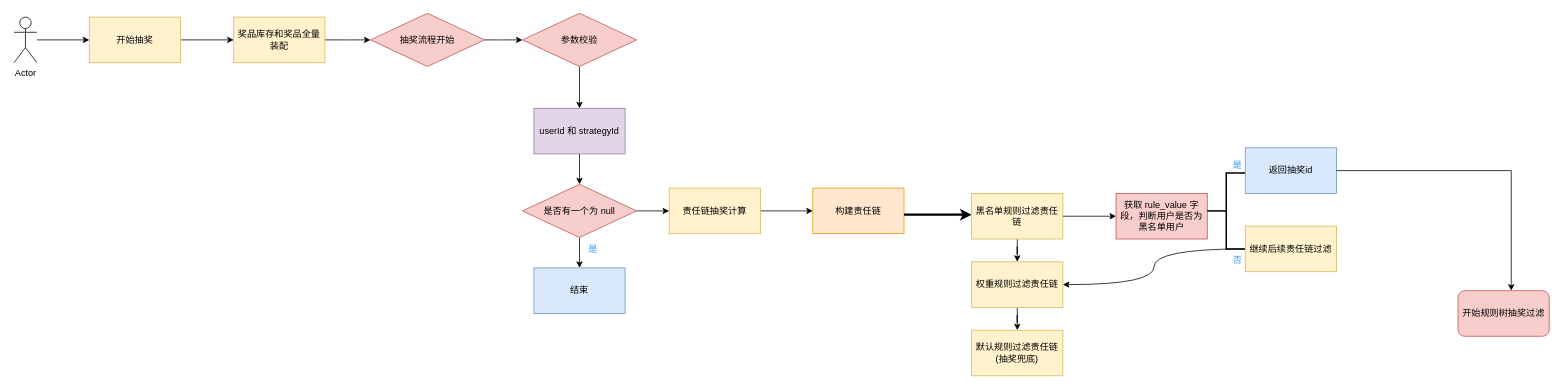
The draw.io diagram images/big-market一阶段流程图.drawio in LYT0905/big-market, before the edit. Source tidied: cells renumbered, new cells numbered last; positions are measured from the earlier drawing's top-left corner, leaving out a move shared by most shapes. Both pictures are drawn from the tidied source at 76%, with x=0, y=0 at pixel (14, 13).
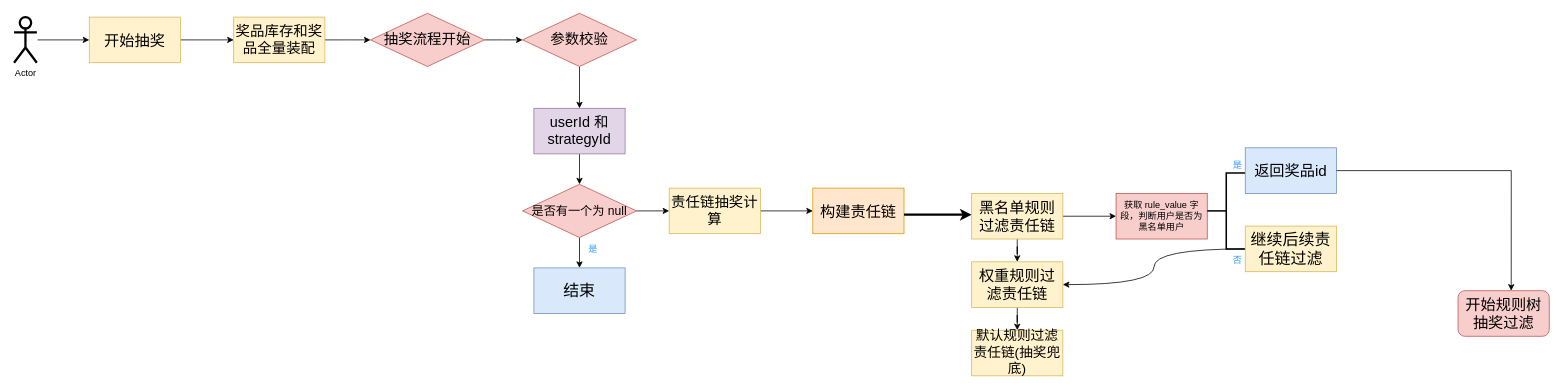
The same diagram, later.

Commit message (it also covers changes not shown here):
更新big-market一阶段流程图.drawio

What changed in the source:
```diff
@@
-    <mxCell id="3" value="开始抽奖" style="rounded=0;whiteSpace=wrap;html=1;fillColor=#fff2cc;strokeColor=#d6b656;" parent="1" vertex="1">
+    <mxCell id="3" value="&lt;font style=&quot;font-size: 20px;&quot;&gt;开始抽奖&lt;/font&gt;" style="rounded=0;whiteSpace=wrap;html=1;fillColor=#fff2cc;strokeColor=#d6b656;" parent="1" vertex="1">
       <mxGeometry x="99" y="5" width="120" height="60" as="geometry" />
     </mxCell>
@@
-    <mxCell id="5" value="奖品库存和奖品全量装配" style="rounded=0;whiteSpace=wrap;html=1;fillColor=#fff2cc;strokeColor=#d6b656;" parent="1" vertex="1">
+    <mxCell id="5" value="&lt;font style=&quot;font-size: 19px;&quot;&gt;奖品库存和奖品全量装配&lt;/font&gt;" style="rounded=0;whiteSpace=wrap;html=1;fillColor=#fff2cc;strokeColor=#d6b656;" parent="1" vertex="1">
       <mxGeometry x="289" y="5" width="120" height="60" as="geometry" />
     </mxCell>
@@
-    <mxCell id="7" value="抽奖流程开始" style="rhombus;whiteSpace=wrap;html=1;fillColor=#f8cecc;strokeColor=#b85450;" parent="1" vertex="1">
+    <mxCell id="7" value="&lt;font style=&quot;font-size: 19px;&quot;&gt;抽奖流程开始&lt;/font&gt;" style="rhombus;whiteSpace=wrap;html=1;fillColor=#f8cecc;strokeColor=#b85450;" parent="1" vertex="1">
       <mxGeometry x="469" width="150" height="70" as="geometry" />
     </mxCell>
@@
-    <mxCell id="9" value="userId 和 strategyId" style="rounded=0;whiteSpace=wrap;html=1;fillColor=#e1d5e7;strokeColor=#9673a6;" parent="1" vertex="1">
+    <mxCell id="9" value="&lt;font style=&quot;font-size: 19px;&quot;&gt;userId 和 strategyId&lt;/font&gt;" style="rounded=0;whiteSpace=wrap;html=1;fillColor=#e1d5e7;strokeColor=#9673a6;" parent="1" vertex="1">
       <mxGeometry x="684" y="125" width="120" height="60" as="geometry" />
     </mxCell>
@@
-    <mxCell id="11" value="参数校验" style="rhombus;whiteSpace=wrap;html=1;fillColor=#f8cecc;strokeColor=#b85450;" parent="1" vertex="1">
+    <mxCell id="11" value="&lt;font style=&quot;font-size: 19px;&quot;&gt;参数校验&lt;/font&gt;" style="rhombus;whiteSpace=wrap;html=1;fillColor=#f8cecc;strokeColor=#b85450;" parent="1" vertex="1">
       <mxGeometry x="669" width="150" height="70" as="geometry" />
     </mxCell>
@@
-    <mxCell id="14" value="是否有一个为 null" style="rhombus;whiteSpace=wrap;html=1;fillColor=#f8cecc;strokeColor=#b85450;" parent="1" vertex="1">
+    <mxCell id="14" value="&lt;font style=&quot;font-size: 16px;&quot;&gt;是否有一个为 null&lt;/font&gt;" style="rhombus;whiteSpace=wrap;html=1;fillColor=#f8cecc;strokeColor=#b85450;" parent="1" vertex="1">
       <mxGeometry x="669" y="225" width="150" height="70" as="geometry" />
     </mxCell>
-    <mxCell id="15" value="结束" style="rounded=0;whiteSpace=wrap;html=1;fillColor=#dae8fc;strokeColor=#6c8ebf;" parent="1" vertex="1">
+    <mxCell id="15" value="&lt;font style=&quot;font-size: 21px;&quot;&gt;结束&lt;/font&gt;" style="rounded=0;whiteSpace=wrap;html=1;fillColor=#dae8fc;strokeColor=#6c8ebf;" parent="1" vertex="1">
       <mxGeometry x="684" y="335" width="120" height="60" as="geometry" />
     </mxCell>
@@
-    <mxCell id="18" value="责任链抽奖计算" style="rounded=0;whiteSpace=wrap;html=1;fillColor=#fff2cc;strokeColor=#d6b656;" parent="1" vertex="1">
+    <mxCell id="18" value="&lt;font style=&quot;font-size: 19px;&quot;&gt;责任链抽奖计算&lt;/font&gt;" style="rounded=0;whiteSpace=wrap;html=1;fillColor=#fff2cc;strokeColor=#d6b656;" parent="1" vertex="1">
       <mxGeometry x="862" y="230" width="120" height="60" as="geometry" />
     </mxCell>
@@
-    <mxCell id="20" value="Actor" style="shape=umlActor;verticalLabelPosition=bottom;verticalAlign=top;html=1;" parent="1" vertex="1">
+    <mxCell id="20" value="Actor" style="shape=umlActor;verticalLabelPosition=bottom;verticalAlign=top;html=1;strokeWidth=3;perimeterSpacing=1;" parent="1" vertex="1">
       <mxGeometry y="5" width="30" height="60" as="geometry" />
     </mxCell>
-    <mxCell id="21" value="构建责任链" style="rounded=0;whiteSpace=wrap;html=1;fillColor=#ffe6cc;strokeColor=#d79b00;" parent="1" vertex="1">
+    <mxCell id="21" value="&lt;font style=&quot;font-size: 20px;&quot;&gt;构建责任链&lt;/font&gt;" style="rounded=0;whiteSpace=wrap;html=1;fillColor=#ffe6cc;strokeColor=#d79b00;" parent="1" vertex="1">
       <mxGeometry x="1051" y="230" width="120" height="60" as="geometry" />
     </mxCell>
@@
-    <mxCell id="25" value="黑名单规则过滤责任链" style="rounded=0;whiteSpace=wrap;html=1;fillColor=#fff2cc;strokeColor=#d6b656;" parent="1" vertex="1">
+    <mxCell id="25" value="&lt;font style=&quot;font-size: 20px;&quot;&gt;黑名单规则过滤责任链&lt;/font&gt;" style="rounded=0;whiteSpace=wrap;html=1;fillColor=#fff2cc;strokeColor=#d6b656;" parent="1" vertex="1">
       <mxGeometry x="1260" y="237" width="120" height="60" as="geometry" />
     </mxCell>
@@
-    <mxCell id="27" value="权重规则过滤责任链" style="rounded=0;whiteSpace=wrap;html=1;fillColor=#fff2cc;strokeColor=#d6b656;" parent="1" vertex="1">
+    <mxCell id="27" value="&lt;font style=&quot;font-size: 20px;&quot;&gt;权重规则过滤责任链&lt;/font&gt;" style="rounded=0;whiteSpace=wrap;html=1;fillColor=#fff2cc;strokeColor=#d6b656;" parent="1" vertex="1">
       <mxGeometry x="1260" y="327" width="120" height="60" as="geometry" />
     </mxCell>
-    <mxCell id="28" value="默认规则过滤责任链(抽奖兜底)" style="rounded=0;whiteSpace=wrap;html=1;fillColor=#fff2cc;strokeColor=#d6b656;" parent="1" vertex="1">
+    <mxCell id="28" value="&lt;font style=&quot;font-size: 18px;&quot;&gt;默认规则过滤责任链(抽奖兜底)&lt;/font&gt;" style="rounded=0;whiteSpace=wrap;html=1;fillColor=#fff2cc;strokeColor=#d6b656;" parent="1" vertex="1">
       <mxGeometry x="1260" y="417" width="120" height="60" as="geometry" />
     </mxCell>
@@
-    <mxCell id="33" value="返回抽奖id" style="rounded=0;whiteSpace=wrap;html=1;fillColor=#dae8fc;strokeColor=#6c8ebf;" parent="1" vertex="1">
+    <mxCell id="33" value="&lt;font style=&quot;font-size: 20px;&quot;&gt;返回奖品id&lt;/font&gt;" style="rounded=0;whiteSpace=wrap;html=1;fillColor=#dae8fc;strokeColor=#6c8ebf;" parent="1" vertex="1">
       <mxGeometry x="1620" y="177" width="120" height="60" as="geometry" />
     </mxCell>
@@
-    <mxCell id="35" value="继续后续责任链过滤" style="rounded=0;whiteSpace=wrap;html=1;fillColor=#fff2cc;strokeColor=#d6b656;" parent="1" vertex="1">
+    <mxCell id="35" value="&lt;font style=&quot;font-size: 21px;&quot;&gt;继续后续责任链过滤&lt;/font&gt;" style="rounded=0;whiteSpace=wrap;html=1;fillColor=#fff2cc;strokeColor=#d6b656;" parent="1" vertex="1">
       <mxGeometry x="1620" y="280" width="120" height="60" as="geometry" />
     </mxCell>
-    <mxCell id="36" value="开始规则树抽奖过滤" style="rounded=1;whiteSpace=wrap;html=1;fillColor=#f8cecc;strokeColor=#b85450;" parent="1" vertex="1">
+    <mxCell id="36" value="&lt;font style=&quot;font-size: 20px;&quot;&gt;开始规则树抽奖过滤&lt;/font&gt;" style="rounded=1;whiteSpace=wrap;html=1;fillColor=#f8cecc;strokeColor=#b85450;" parent="1" vertex="1">
       <mxGeometry x="1900" y="365" width="120" height="60" as="geometry" />
     </mxCell>
```
